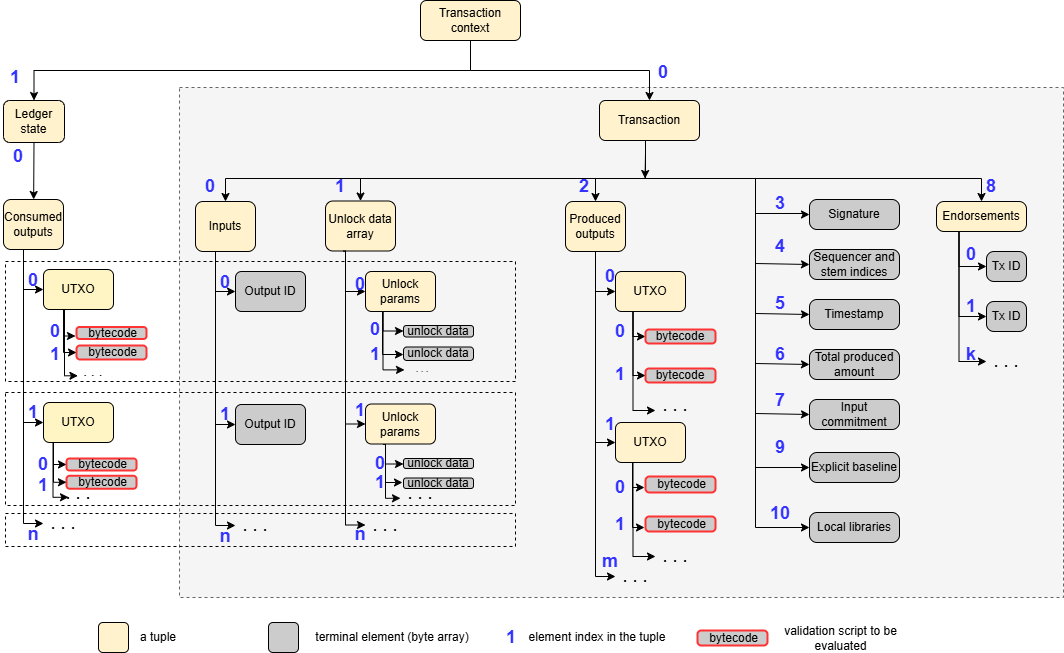
Above: static/img/utxo-tx-context.png in lunfardo314/lunfardo314.github.io (draw.io), before the change. Source tidied: cells renumbered, new cells last; positions are measured from the earlier drawing's top-left corner, leaving out a move shared by most shapes.
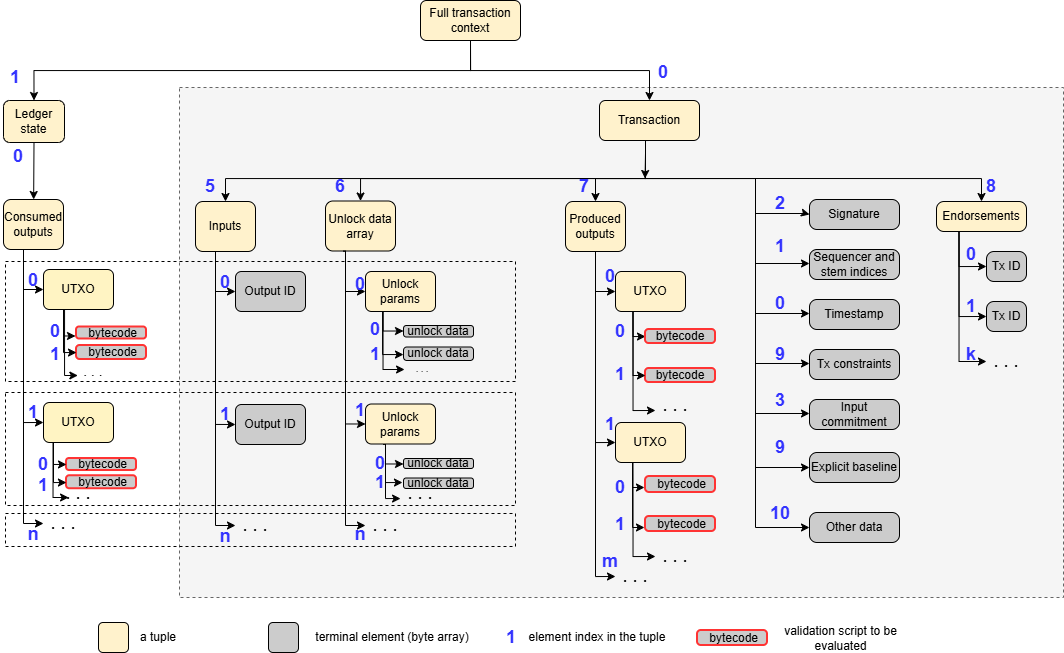
The same file after the commit.

Change to the diagram source:
```diff
@@ -351,13 +351,13 @@
     <mxCell id="64" value="Timestamp" style="rounded=1;whiteSpace=wrap;html=1;arcSize=25;fillColor=#CCCCCC;" parent="1" vertex="1">
       <mxGeometry x="809" y="299" width="90" height="30" as="geometry" />
     </mxCell>
-    <mxCell id="65" value="Total produced amount" style="rounded=1;whiteSpace=wrap;html=1;arcSize=25;fillColor=#CCCCCC;" parent="1" vertex="1">
+    <mxCell id="65" value="Tx constraints" style="rounded=1;whiteSpace=wrap;html=1;arcSize=25;fillColor=#CCCCCC;" parent="1" vertex="1">
       <mxGeometry x="809" y="349" width="90" height="30" as="geometry" />
     </mxCell>
     <mxCell id="66" value="Input commitment" style="rounded=1;whiteSpace=wrap;html=1;arcSize=25;fillColor=#CCCCCC;" parent="1" vertex="1">
       <mxGeometry x="809" y="399" width="90" height="30" as="geometry" />
     </mxCell>
-    <mxCell id="67" value="Local libraries" style="rounded=1;whiteSpace=wrap;html=1;arcSize=25;fillColor=#CCCCCC;" parent="1" vertex="1">
+    <mxCell id="67" value="Other data" style="rounded=1;whiteSpace=wrap;html=1;arcSize=25;fillColor=#CCCCCC;" parent="1" vertex="1">
       <mxGeometry x="809" y="512" width="90" height="30" as="geometry" />
     </mxCell>
     <mxCell id="68" style="edgeStyle=orthogonalEdgeStyle;rounded=0;jettySize=auto;html=1;exitX=0.25;exitY=1;exitDx=0;exitDy=0;entryX=0;entryY=0.5;entryDx=0;entryDy=0;" parent="1" edge="1" source="71" target="72">
@@ -393,31 +393,31 @@
     <mxCell id="78" value="terminal element (byte array)" style="text;html=1;align=center;verticalAlign=middle;whiteSpace=wrap;rounded=0;" parent="1" vertex="1">
       <mxGeometry x="302" y="622" width="180" height="30" as="geometry" />
     </mxCell>
-    <mxCell id="79" value="&lt;font style=&quot;font-size: 18px; color: rgb(51, 51, 255);&quot;&gt;&lt;b&gt;0&lt;/b&gt;&lt;/font&gt;" style="text;html=1;align=center;verticalAlign=middle;whiteSpace=wrap;rounded=0;" parent="1" vertex="1">
+    <mxCell id="79" value="&lt;font style=&quot;font-size: 18px; color: rgb(51, 51, 255);&quot;&gt;&lt;b&gt;5&lt;/b&gt;&lt;/font&gt;" style="text;html=1;align=center;verticalAlign=middle;whiteSpace=wrap;rounded=0;" parent="1" vertex="1">
       <mxGeometry x="195" y="171" width="30" height="30" as="geometry" />
     </mxCell>
-    <mxCell id="80" value="&lt;font color=&quot;#3333ff&quot;&gt;&lt;span style=&quot;font-size: 18px;&quot;&gt;&lt;b&gt;1&lt;/b&gt;&lt;/span&gt;&lt;/font&gt;" style="text;html=1;align=center;verticalAlign=middle;whiteSpace=wrap;rounded=0;" parent="1" vertex="1">
+    <mxCell id="80" value="&lt;font color=&quot;#3333ff&quot;&gt;&lt;span style=&quot;font-size: 18px;&quot;&gt;&lt;b&gt;6&lt;/b&gt;&lt;/span&gt;&lt;/font&gt;" style="text;html=1;align=center;verticalAlign=middle;whiteSpace=wrap;rounded=0;" parent="1" vertex="1">
       <mxGeometry x="325" y="171" width="30" height="30" as="geometry" />
     </mxCell>
-    <mxCell id="81" value="&lt;font style=&quot;font-size: 18px; color: rgb(51, 51, 255);&quot;&gt;&lt;b&gt;2&lt;/b&gt;&lt;/font&gt;" style="text;html=1;align=center;verticalAlign=middle;whiteSpace=wrap;rounded=0;" parent="1" vertex="1">
+    <mxCell id="81" value="&lt;font style=&quot;font-size: 18px; color: rgb(51, 51, 255);&quot;&gt;&lt;b&gt;7&lt;/b&gt;&lt;/font&gt;" style="text;html=1;align=center;verticalAlign=middle;whiteSpace=wrap;rounded=0;" parent="1" vertex="1">
       <mxGeometry x="569" y="171" width="30" height="30" as="geometry" />
     </mxCell>
     <mxCell id="82" value="&lt;font style=&quot;font-size: 18px; color: rgb(51, 51, 255);&quot;&gt;&lt;b&gt;8&lt;/b&gt;&lt;/font&gt;" style="text;html=1;align=center;verticalAlign=middle;whiteSpace=wrap;rounded=0;" parent="1" vertex="1">
       <mxGeometry x="976" y="171" width="30" height="30" as="geometry" />
     </mxCell>
-    <mxCell id="83" value="&lt;font style=&quot;font-size: 18px; color: rgb(51, 51, 255);&quot;&gt;&lt;b&gt;3&lt;/b&gt;&lt;/font&gt;" style="text;html=1;align=center;verticalAlign=middle;whiteSpace=wrap;rounded=0;" parent="1" vertex="1">
+    <mxCell id="83" value="&lt;font style=&quot;font-size: 18px; color: rgb(51, 51, 255);&quot;&gt;&lt;b&gt;2&lt;/b&gt;&lt;/font&gt;" style="text;html=1;align=center;verticalAlign=middle;whiteSpace=wrap;rounded=0;" parent="1" vertex="1">
       <mxGeometry x="765" y="188" width="30" height="30" as="geometry" />
     </mxCell>
-    <mxCell id="84" value="&lt;font style=&quot;font-size: 18px; color: rgb(51, 51, 255);&quot;&gt;&lt;b&gt;4&lt;/b&gt;&lt;/font&gt;" style="text;html=1;align=center;verticalAlign=middle;whiteSpace=wrap;rounded=0;" parent="1" vertex="1">
+    <mxCell id="84" value="&lt;font style=&quot;font-size: 18px; color: rgb(51, 51, 255);&quot;&gt;&lt;b&gt;1&lt;/b&gt;&lt;/font&gt;" style="text;html=1;align=center;verticalAlign=middle;whiteSpace=wrap;rounded=0;" parent="1" vertex="1">
       <mxGeometry x="765" y="231" width="30" height="30" as="geometry" />
     </mxCell>
-    <mxCell id="85" value="&lt;font style=&quot;font-size: 18px; color: rgb(51, 51, 255);&quot;&gt;&lt;b&gt;5&lt;/b&gt;&lt;/font&gt;" style="text;html=1;align=center;verticalAlign=middle;whiteSpace=wrap;rounded=0;" parent="1" vertex="1">
+    <mxCell id="85" value="&lt;font style=&quot;font-size: 18px; color: rgb(51, 51, 255);&quot;&gt;&lt;b&gt;0&lt;/b&gt;&lt;/font&gt;" style="text;html=1;align=center;verticalAlign=middle;whiteSpace=wrap;rounded=0;" parent="1" vertex="1">
       <mxGeometry x="765" y="288" width="30" height="30" as="geometry" />
     </mxCell>
-    <mxCell id="86" value="&lt;font style=&quot;font-size: 18px; color: rgb(51, 51, 255);&quot;&gt;&lt;b&gt;6&lt;/b&gt;&lt;/font&gt;" style="text;html=1;align=center;verticalAlign=middle;whiteSpace=wrap;rounded=0;" parent="1" vertex="1">
+    <mxCell id="86" value="&lt;font style=&quot;font-size: 18px; color: rgb(51, 51, 255);&quot;&gt;&lt;b&gt;9&lt;/b&gt;&lt;/font&gt;" style="text;html=1;align=center;verticalAlign=middle;whiteSpace=wrap;rounded=0;" parent="1" vertex="1">
       <mxGeometry x="765" y="339" width="30" height="30" as="geometry" />
     </mxCell>
-    <mxCell id="87" value="&lt;font style=&quot;font-size: 18px; color: rgb(51, 51, 255);&quot;&gt;&lt;b&gt;7&lt;/b&gt;&lt;/font&gt;" style="text;html=1;align=center;verticalAlign=middle;whiteSpace=wrap;rounded=0;" parent="1" vertex="1">
+    <mxCell id="87" value="&lt;font style=&quot;font-size: 18px; color: rgb(51, 51, 255);&quot;&gt;&lt;b&gt;3&lt;/b&gt;&lt;/font&gt;" style="text;html=1;align=center;verticalAlign=middle;whiteSpace=wrap;rounded=0;" parent="1" vertex="1">
       <mxGeometry x="765" y="385" width="30" height="30" as="geometry" />
     </mxCell>
     <mxCell id="88" value="&lt;font style=&quot;font-size: 18px; color: rgb(51, 51, 255);&quot;&gt;&lt;b&gt;9&lt;/b&gt;&lt;/font&gt;" style="text;html=1;align=center;verticalAlign=middle;whiteSpace=wrap;rounded=0;" parent="1" vertex="1">
@@ -492,7 +492,7 @@
     <mxCell id="111" value="&lt;font style=&quot;font-size: 18px; color: rgb(51, 51, 255);&quot;&gt;&lt;b&gt;10&lt;/b&gt;&lt;/font&gt;" style="text;html=1;align=center;verticalAlign=middle;whiteSpace=wrap;rounded=0;" parent="1" vertex="1">
       <mxGeometry x="765" y="498" width="30" height="30" as="geometry" />
     </mxCell>
-    <mxCell id="112" value="Transaction context" style="rounded=1;whiteSpace=wrap;html=1;fillColor=#FFF2CC;" parent="1" vertex="1">
+    <mxCell id="112" value="Full transaction context" style="rounded=1;whiteSpace=wrap;html=1;fillColor=#FFF2CC;" parent="1" vertex="1">
       <mxGeometry x="420" width="100" height="40" as="geometry" />
     </mxCell>
     <mxCell id="113" value="Consumed outputs" style="rounded=1;whiteSpace=wrap;html=1;fillColor=#FFF2CC;" parent="1" vertex="1">
```
